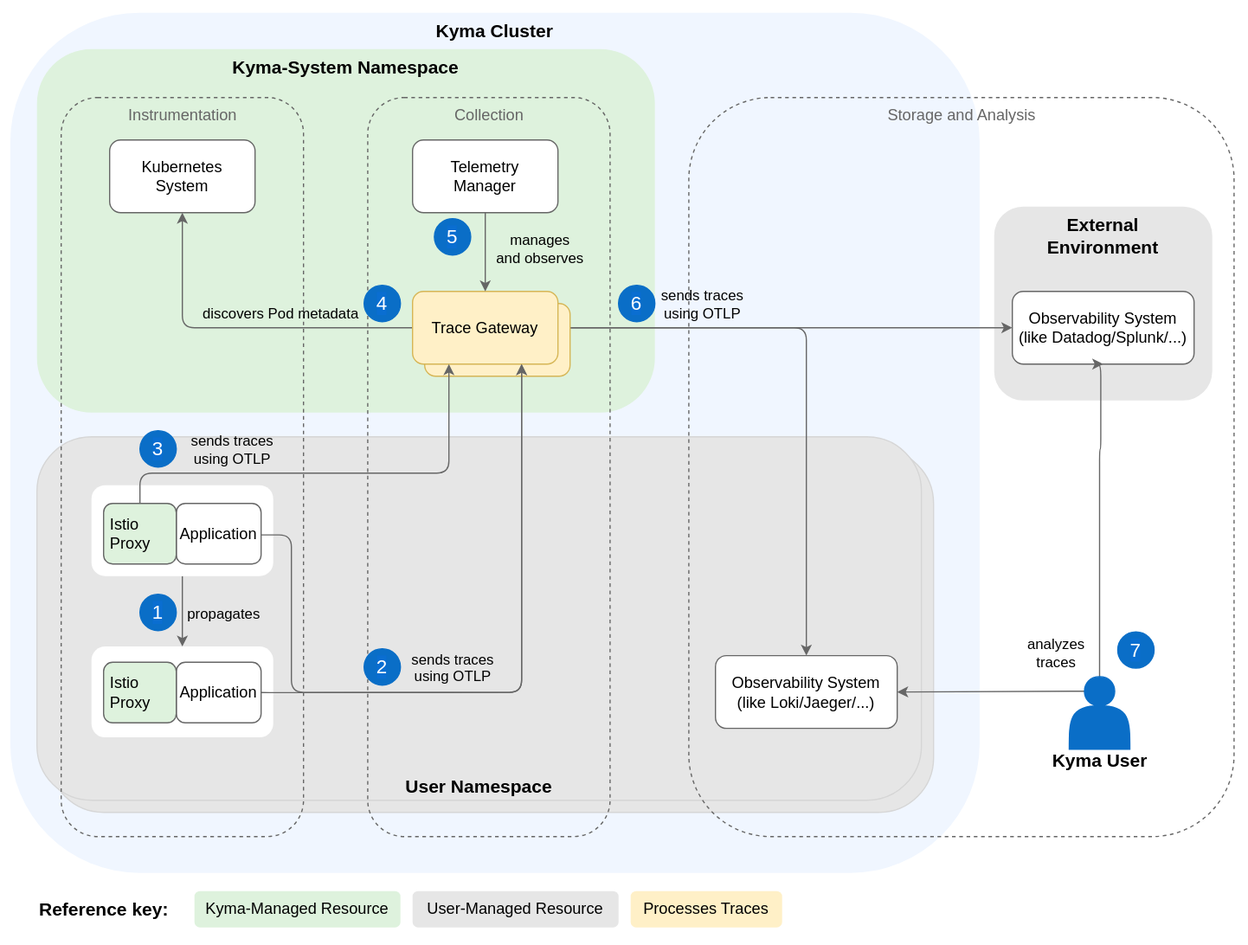
kyma-project/telemetry-manager keeps this draw.io diagram as docs/user/assets/traces-arch.drawio.svg. Above is the earlier version. Source tidied: cells renumbered, new cells last; positions are measured from the earlier drawing's top-left corner, leaving out a move shared by most shapes.
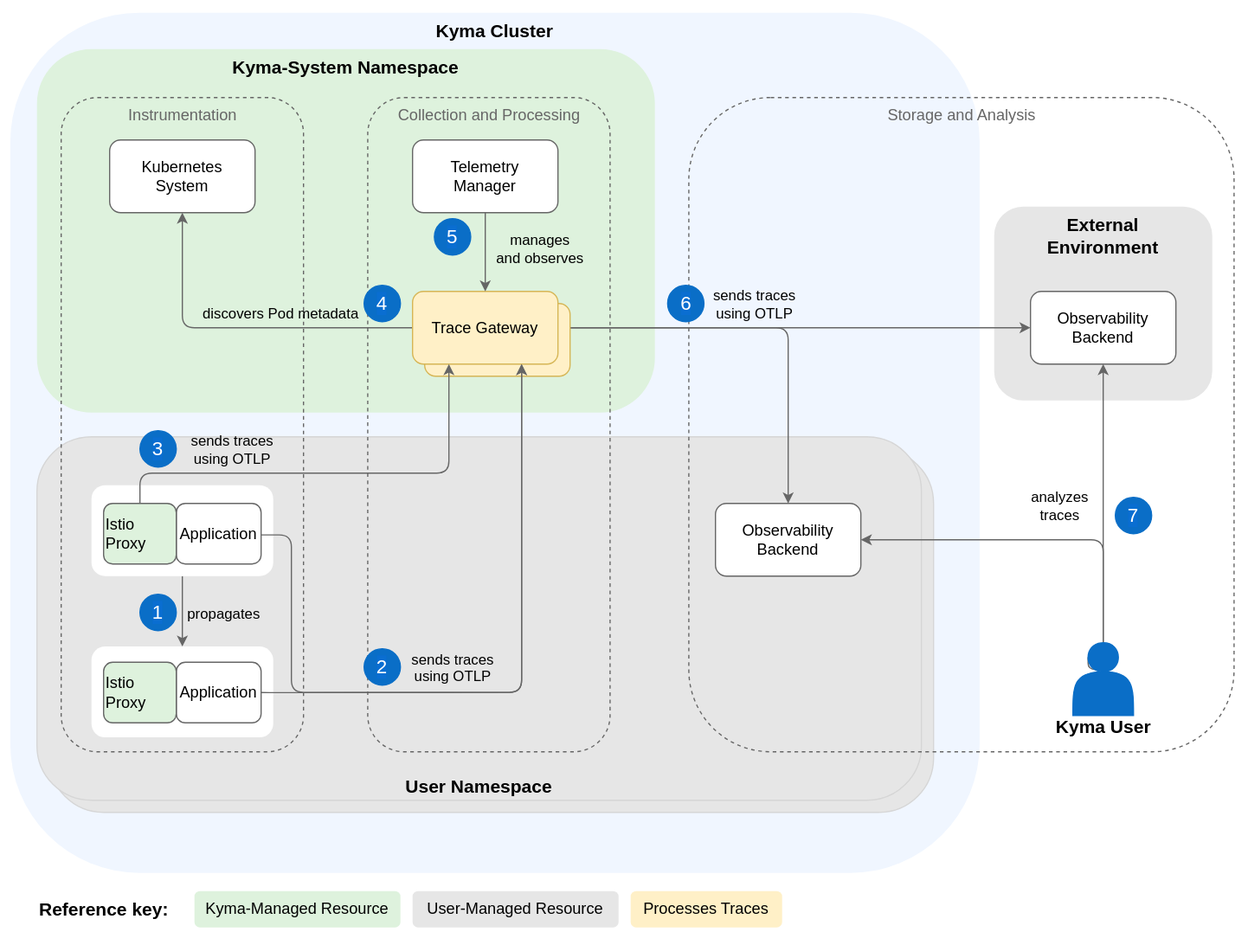
Above is the later version.

The edit, as a diff of the source:
```diff
@@ -5,7 +5,7 @@
     <mxCell id="2" style="rounded=0;whiteSpace=wrap;html=1;fillColor=#FFFFFF;strokeColor=none;" parent="1" vertex="1">
       <mxGeometry width="1030" height="780" as="geometry" />
     </mxCell>
-    <mxCell id="3" value="&lt;b style=&quot;color: rgb(0, 0, 0); font-size: 15px;&quot;&gt;&lt;font style=&quot;font-size: 15px;&quot;&gt;Kyma Cluster&lt;br style=&quot;font-size: 15px;&quot;&gt;&lt;/font&gt;&lt;/b&gt;" style="rounded=1;whiteSpace=wrap;html=1;fillColor=#F0F6FF;strokeColor=none;fontColor=#333333;verticalAlign=top;fontSize=15;" parent="1" vertex="1">
+    <mxCell id="3" value="&lt;b style=&quot;font-size: 15px;&quot;&gt;&lt;font style=&quot;font-size: 15px;&quot;&gt;Kyma Cluster&lt;br style=&quot;font-size: 15px;&quot;&gt;&lt;/font&gt;&lt;/b&gt;" style="rounded=1;whiteSpace=wrap;html=1;fillColor=#F0F6FF;strokeColor=none;fontColor=#000000;verticalAlign=top;fontSize=15;" parent="1" vertex="1">
       <mxGeometry x="8" y="10" width="800" height="710" as="geometry" />
     </mxCell>
     <mxCell id="4" style="rounded=1;whiteSpace=wrap;html=1;fillColor=#E6E6E6;strokeColor=#d6d6d6;" parent="1" vertex="1">
@@ -14,11 +14,11 @@
     <mxCell id="5" value="&lt;b style=&quot;color: rgb(0, 0, 0); font-size: 15px;&quot;&gt;Kyma-System Namespace&lt;br style=&quot;font-size: 15px;&quot;&gt;&lt;/b&gt;" style="rounded=1;whiteSpace=wrap;html=1;dashed=1;fillColor=#DEF2DD;strokeColor=none;verticalAlign=top;fontSize=15;" parent="1" vertex="1">
       <mxGeometry x="30" y="40" width="510" height="300" as="geometry" />
     </mxCell>
-    <mxCell id="6" value="&lt;b style=&quot;color: rgb(0, 0, 0); font-size: 15px;&quot;&gt;User Namespace&lt;br style=&quot;font-size: 15px;&quot;&gt;&lt;/b&gt;" style="rounded=1;whiteSpace=wrap;html=1;fillColor=#E6E6E6;strokeColor=#D6D6D6;verticalAlign=bottom;fontSize=15;" parent="1" vertex="1">
+    <mxCell id="6" value="&lt;b style=&quot;color: rgb(0, 0, 0); font-size: 15px;&quot;&gt;User Namespace&lt;/b&gt;" style="rounded=1;whiteSpace=wrap;html=1;fillColor=#E6E6E6;strokeColor=#D6D6D6;verticalAlign=bottom;fontSize=15;" parent="1" vertex="1">
       <mxGeometry x="30" y="360" width="730" height="300" as="geometry" />
     </mxCell>
     <mxCell id="7" value="&lt;font color=&quot;#666666&quot; style=&quot;font-size: 13px;&quot;&gt;Storage and Analysis&lt;br style=&quot;font-size: 13px;&quot;&gt;&lt;/font&gt;" style="html=1;fillColor=none;strokeColor=#666666;rounded=1;dashed=1;verticalAlign=top;fontSize=13;" parent="1" vertex="1">
-      <mxGeometry x="568" y="80" width="450" height="610" as="geometry" />
+      <mxGeometry x="568" y="80" width="450" height="540" as="geometry" />
     </mxCell>
     <mxCell id="8" value="&lt;b style=&quot;color: rgb(0, 0, 0); font-size: 15px;&quot;&gt;&lt;font style=&quot;font-size: 15px;&quot;&gt;External&lt;br style=&quot;font-size: 15px;&quot;&gt;Environment&lt;br style=&quot;font-size: 15px;&quot;&gt;&lt;/font&gt;&lt;/b&gt;" style="rounded=1;whiteSpace=wrap;html=1;fillColor=#e6e6e6;strokeColor=none;fontColor=#333333;verticalAlign=top;fontSize=15;" parent="1" vertex="1">
       <mxGeometry x="820" y="170" width="180" height="160" as="geometry" />
@@ -34,24 +34,24 @@
     <mxCell id="10" style="edgeStyle=orthogonalEdgeStyle;rounded=1;jettySize=auto;html=1;entryX=0.5;entryY=0;entryDx=0;entryDy=0;strokeColor=#666666;exitX=1;exitY=0.5;exitDx=0;exitDy=0;" parent="1" edge="1" source="34" target="13">
       <mxGeometry relative="1" as="geometry" />
     </mxCell>
-    <mxCell id="11" value="sends traces &lt;br style=&quot;font-size: 12px;&quot;&gt;using OTLP" style="edgeLabel;html=1;align=center;verticalAlign=middle;labelBackgroundColor=none;fontSize=12;" parent="10" vertex="1">
+    <mxCell id="11" value="sends traces &lt;br style=&quot;font-size: 12px;&quot;&gt;using OTLP" style="edgeLabel;html=1;align=center;verticalAlign=middle;labelBackgroundColor=none;fontSize=12;fontColor=#000000;" parent="10" vertex="1">
       <mxGeometry x="-0.39" y="-4" relative="1" as="geometry">
-        <mxPoint x="-26" y="-24" as="offset" />
+        <mxPoint x="59" y="-24" as="offset" />
       </mxGeometry>
     </mxCell>
-    <mxCell id="12" value="Observability System&lt;br style=&quot;font-size: 13px;&quot;&gt;(like Datadog/Splunk/...)" style="rounded=1;whiteSpace=wrap;html=1;fontColor=#000000;fillColor=#FFFFFF;strokeColor=#666666;fontSize=13;" parent="1" vertex="1">
-      <mxGeometry x="835" y="240" width="150" height="60" as="geometry" />
+    <mxCell id="12" value="Observability&amp;nbsp;&lt;div&gt;Backend&lt;/div&gt;" style="rounded=1;whiteSpace=wrap;html=1;fontColor=#000000;fillColor=#FFFFFF;strokeColor=#666666;fontSize=13;" parent="1" vertex="1">
+      <mxGeometry x="850" y="240" width="120" height="60" as="geometry" />
     </mxCell>
-    <mxCell id="13" value="Observability System&lt;br style=&quot;font-size: 13px;&quot;&gt;(like Loki/Jaeger/...)" style="rounded=1;whiteSpace=wrap;html=1;fontColor=#000000;fillColor=#FFFFFF;strokeColor=#666666;fontSize=13;" parent="1" vertex="1">
-      <mxGeometry x="590" y="540.7" width="150" height="60" as="geometry" />
+    <mxCell id="13" value="Observability&amp;nbsp;&lt;div&gt;Backend&lt;/div&gt;" style="rounded=1;whiteSpace=wrap;html=1;fontColor=#000000;fillColor=#FFFFFF;strokeColor=#666666;fontSize=13;" parent="1" vertex="1">
+      <mxGeometry x="590" y="415" width="120" height="60" as="geometry" />
     </mxCell>
     <mxCell id="14" value="&lt;font color=&quot;#666666&quot; style=&quot;font-size: 13px;&quot;&gt;Instrumentation&lt;br style=&quot;font-size: 13px;&quot;&gt;&lt;/font&gt;" style="html=1;fillColor=none;strokeColor=#666666;rounded=1;dashed=1;verticalAlign=top;fontSize=13;" parent="1" vertex="1">
-      <mxGeometry x="50" y="80" width="200" height="610" as="geometry" />
+      <mxGeometry x="50" y="80" width="200" height="540" as="geometry" />
     </mxCell>
     <mxCell id="15" style="edgeStyle=orthogonalEdgeStyle;rounded=1;jettySize=auto;html=1;entryX=0.5;entryY=0;entryDx=0;entryDy=0;strokeColor=#666666;" parent="1" edge="1" source="38" target="42">
       <mxGeometry relative="1" as="geometry" />
     </mxCell>
-    <mxCell id="16" value="propagates" style="edgeLabel;html=1;align=center;verticalAlign=middle;labelBackgroundColor=none;fontSize=12;" parent="15" vertex="1">
+    <mxCell id="16" value="propagates" style="edgeLabel;html=1;align=center;verticalAlign=middle;labelBackgroundColor=none;fontSize=12;fontColor=#000000;" parent="15" vertex="1">
       <mxGeometry x="0.16" y="-3" relative="1" as="geometry">
         <mxPoint x="36" y="-3" as="offset" />
       </mxGeometry>
@@ -59,38 +59,33 @@
     <mxCell id="17" value="Kubernetes&lt;br style=&quot;font-size: 13px;&quot;&gt;System" style="rounded=1;whiteSpace=wrap;html=1;fillColor=#FFFFFF;strokeColor=#666666;fontColor=#000000;fontSize=13;" parent="1" vertex="1">
       <mxGeometry x="90" y="115" width="120" height="60" as="geometry" />
     </mxCell>
-    <mxCell id="18" value="&lt;font color=&quot;#666666&quot; style=&quot;font-size: 13px;&quot;&gt;Collection&lt;br style=&quot;font-size: 13px;&quot;&gt;&lt;/font&gt;" style="html=1;fillColor=none;strokeColor=#666666;rounded=1;dashed=1;verticalAlign=top;fontSize=13;" parent="1" vertex="1">
-      <mxGeometry x="303" y="80" width="200" height="610" as="geometry" />
+    <mxCell id="18" value="&lt;font color=&quot;#666666&quot; style=&quot;font-size: 13px;&quot;&gt;Collection and Processing&lt;br style=&quot;font-size: 13px;&quot;&gt;&lt;/font&gt;" style="html=1;fillColor=none;strokeColor=#666666;rounded=1;dashed=1;verticalAlign=top;fontSize=13;" parent="1" vertex="1">
+      <mxGeometry x="303" y="80" width="200" height="540" as="geometry" />
     </mxCell>
-    <mxCell id="19" value="&lt;font style=&quot;font-size: 15px;&quot;&gt;&lt;b&gt;Reference key:&lt;/b&gt;&lt;/font&gt;" style="text;html=1;align=center;verticalAlign=middle;strokeColor=none;fillColor=default;" parent="1" vertex="1">
+    <mxCell id="19" value="&lt;font style=&quot;font-size: 15px;&quot;&gt;&lt;b&gt;Reference key:&lt;/b&gt;&lt;/font&gt;" style="text;html=1;align=center;verticalAlign=middle;strokeColor=none;fillColor=#FFFFFF;fontColor=#000000;" parent="1" vertex="1">
       <mxGeometry x="20" y="735" width="130" height="30" as="geometry" />
     </mxCell>
-    <mxCell id="20" style="rounded=1;jettySize=auto;html=1;strokeColor=#666666;entryX=0.5;entryY=1;entryDx=0;entryDy=0;exitX=0.5;exitY=0;exitDx=0;exitDy=0;edgeStyle=orthogonalEdgeStyle;" parent="1" edge="1" source="55" target="12">
-      <mxGeometry relative="1" as="geometry">
-        <Array as="points">
-          <mxPoint x="907" y="370" />
-          <mxPoint x="908" y="370" />
-        </Array>
-      </mxGeometry>
+    <mxCell id="20" style="rounded=1;jettySize=auto;html=1;strokeColor=#666666;entryX=0.5;entryY=1;entryDx=0;entryDy=0;exitX=0.5;exitY=0;exitDx=0;exitDy=0;" parent="1" edge="1" source="55" target="12">
+      <mxGeometry relative="1" as="geometry" />
     </mxCell>
-    <mxCell id="21" value="&lt;font style=&quot;font-size: 12px;&quot;&gt;analyzes &lt;br style=&quot;font-size: 12px;&quot;&gt;traces&lt;/font&gt;" style="edgeLabel;html=1;align=center;verticalAlign=middle;fontSize=12;" parent="20" vertex="1">
+    <mxCell id="21" value="&lt;font style=&quot;font-size: 12px;&quot;&gt;analyzes &lt;br style=&quot;font-size: 12px;&quot;&gt;traces&lt;/font&gt;" style="edgeLabel;html=1;align=center;verticalAlign=middle;fontSize=12;fontColor=#000000;" parent="20" vertex="1">
       <mxGeometry x="-0.05" relative="1" as="geometry">
-        <mxPoint x="-37" y="105" as="offset" />
+        <mxPoint x="-37" y="-4" as="offset" />
       </mxGeometry>
     </mxCell>
-    <mxCell id="22" style="rounded=1;jettySize=auto;html=1;strokeColor=#666666;exitX=0.25;exitY=0.2;exitDx=0;exitDy=0;exitPerimeter=0;edgeStyle=orthogonalEdgeStyle;entryX=1;entryY=0.5;entryDx=0;entryDy=0;" parent="1" edge="1" source="55" target="13">
+    <mxCell id="22" style="rounded=1;jettySize=auto;html=1;strokeColor=#666666;exitX=0.25;exitY=0.2;exitDx=0;exitDy=0;exitPerimeter=0;entryX=1;entryY=0.5;entryDx=0;entryDy=0;edgeStyle=orthogonalEdgeStyle;" parent="1" edge="1" source="55" target="13">
       <mxGeometry relative="1" as="geometry">
         <Array as="points">
-          <mxPoint x="893" y="570" />
-          <mxPoint x="870" y="570" />
+          <mxPoint x="910" y="552" />
+          <mxPoint x="910" y="445" />
         </Array>
       </mxGeometry>
     </mxCell>
     <mxCell id="23" value="&lt;font style=&quot;font-size: 16px&quot;&gt;7&lt;/font&gt;" style="ellipse;whiteSpace=wrap;html=1;labelBackgroundColor=#0A6ED1;fontColor=#FFFFFF;fillColor=#0A6EC7;strokeColor=#0A6EC7;" parent="1" vertex="1">
-      <mxGeometry x="922" y="521" width="30" height="30" as="geometry" />
+      <mxGeometry x="920" y="410" width="30" height="30" as="geometry" />
     </mxCell>
     <mxCell id="24" value="&lt;font style=&quot;font-size: 16px&quot;&gt;6&lt;/font&gt;" style="ellipse;whiteSpace=wrap;html=1;labelBackgroundColor=#0A6ED1;fontColor=#FFFFFF;fillColor=#0A6EC7;strokeColor=#0A6EC7;" parent="1" vertex="1">
-      <mxGeometry x="510" y="235" width="30" height="30" as="geometry" />
+      <mxGeometry x="550.5" y="235" width="30" height="30" as="geometry" />
     </mxCell>
     <mxCell id="25" value="Telemetry&lt;br style=&quot;font-size: 13px;&quot;&gt;Manager" style="rounded=1;whiteSpace=wrap;html=1;fontColor=#000000;fillColor=#FFFFFF;strokeColor=#666666;fontSize=13;" parent="1" vertex="1">
       <mxGeometry x="340" y="115" width="120" height="60" as="geometry" />
@@ -113,7 +108,7 @@
         <mxPoint x="16" y="-17" as="offset" />
       </mxGeometry>
     </mxCell>
-    <mxCell id="30" value="&lt;span style=&quot;border-color: var(--border-color); font-size: 12px;&quot;&gt;discovers&amp;nbsp;&lt;/span&gt;&lt;span style=&quot;border-color: var(--border-color); font-size: 12px;&quot;&gt;Pod metadata&lt;/span&gt;" style="edgeLabel;html=1;align=center;verticalAlign=middle;labelBackgroundColor=none;fontSize=12;" parent="28" vertex="1">
+    <mxCell id="30" value="&lt;span style=&quot;border-color: var(--border-color); font-size: 12px;&quot;&gt;discovers&amp;nbsp;&lt;/span&gt;&lt;span style=&quot;border-color: var(--border-color); font-size: 12px;&quot;&gt;Pod metadata&lt;/span&gt;" style="edgeLabel;html=1;align=center;verticalAlign=middle;labelBackgroundColor=none;fontSize=12;fontColor=#000000;" parent="28" vertex="1">
       <mxGeometry x="0.17" y="-1" relative="1" as="geometry">
         <mxPoint x="57" y="-11" as="offset" />
       </mxGeometry>
@@ -143,7 +138,7 @@
         <mxPoint x="16" y="-17" as="offset" />
       </mxGeometry>
     </mxCell>
-    <mxCell id="37" value="&lt;span style=&quot;font-size: 12px;&quot;&gt;manages&lt;br style=&quot;font-size: 12px;&quot;&gt;and observes&lt;/span&gt;" style="edgeLabel;html=1;align=center;verticalAlign=middle;labelBackgroundColor=none;fontSize=12;" parent="35" vertex="1">
+    <mxCell id="37" value="&lt;span style=&quot;font-size: 12px;&quot;&gt;manages&lt;br style=&quot;font-size: 12px;&quot;&gt;and observes&lt;/span&gt;" style="edgeLabel;html=1;align=center;verticalAlign=middle;labelBackgroundColor=none;fontSize=12;fontColor=#000000;" parent="35" vertex="1">
       <mxGeometry x="0.5" y="2" relative="1" as="geometry">
         <mxPoint x="46" y="13" as="offset" />
       </mxGeometry>
@@ -180,7 +175,7 @@
         </Array>
       </mxGeometry>
     </mxCell>
-    <mxCell id="47" value="sends traces&#10;using OTLP" style="edgeLabel;align=center;verticalAlign=middle;labelBackgroundColor=none;fontSize=12;" parent="46" vertex="1">
+    <mxCell id="47" value="sends traces&#10;using OTLP" style="edgeLabel;align=center;verticalAlign=middle;labelBackgroundColor=none;fontSize=12;fontColor=#000000;" parent="46" vertex="1">
       <mxGeometry x="-0.13" y="1" relative="1" as="geometry">
         <mxPoint x="-54" y="-20" as="offset" />
       </mxGeometry>
@@ -208,7 +203,7 @@
         <mxPoint x="16" y="-17" as="offset" />
       </mxGeometry>
     </mxCell>
-    <mxCell id="51" value="&lt;span style=&quot;font-size: 12px;&quot;&gt;sends traces&lt;/span&gt;&lt;br style=&quot;border-color: var(--border-color); padding: 0px; margin: 0px; font-size: 12px;&quot;&gt;&lt;span style=&quot;font-size: 12px;&quot;&gt;using OTLP&lt;/span&gt;" style="edgeLabel;html=1;align=center;verticalAlign=middle;labelBackgroundColor=none;fontSize=12;" parent="49" vertex="1">
+    <mxCell id="51" value="&lt;span style=&quot;font-size: 12px;&quot;&gt;sends traces&lt;/span&gt;&lt;br style=&quot;border-color: var(--border-color); padding: 0px; margin: 0px; font-size: 12px;&quot;&gt;&lt;span style=&quot;font-size: 12px;&quot;&gt;using OTLP&lt;/span&gt;" style="edgeLabel;html=1;align=center;verticalAlign=middle;labelBackgroundColor=none;fontSize=12;fontColor=#000000;" parent="49" vertex="1">
       <mxGeometry x="0.5" y="2" relative="1" as="geometry">
         <mxPoint x="7" y="-22" as="offset" />
       </mxGeometry>
@@ -220,7 +215,7 @@
       <mxGeometry x="160" y="735" width="170" height="30" as="geometry" />
     </mxCell>
     <mxCell id="54" style="group;" parent="1" vertex="1">
-      <mxGeometry x="862" y="558" width="90" height="79" as="geometry" />
+      <mxGeometry x="865" y="530" width="90" height="79" as="geometry" />
     </mxCell>
     <mxCell id="55" style="shape=actor;whiteSpace=wrap;html=1;fillColor=#0A6EC7;strokeColor=#0A6EC7;" parent="54" vertex="1">
       <mxGeometry x="20" width="50" height="60" as="geometry" />
```
